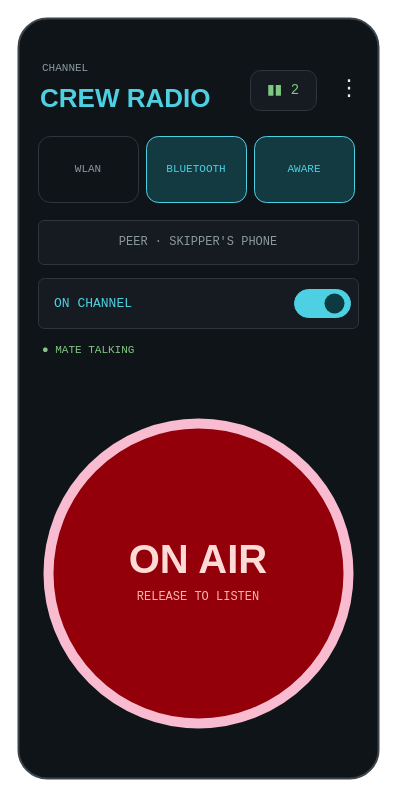
KEGustafsson/android-push-to-talk keeps this draw.io diagram as docs/diagrams/screen-on-air.drawio. Above is the earlier version. Source tidied: cells renumbered, new cells numbered last; positions are measured from the earlier drawing's top-left corner, leaving out a move shared by most shapes. Both pictures are drawn from the tidied source at 100%, with x=0, y=0 at pixel (18, 18).
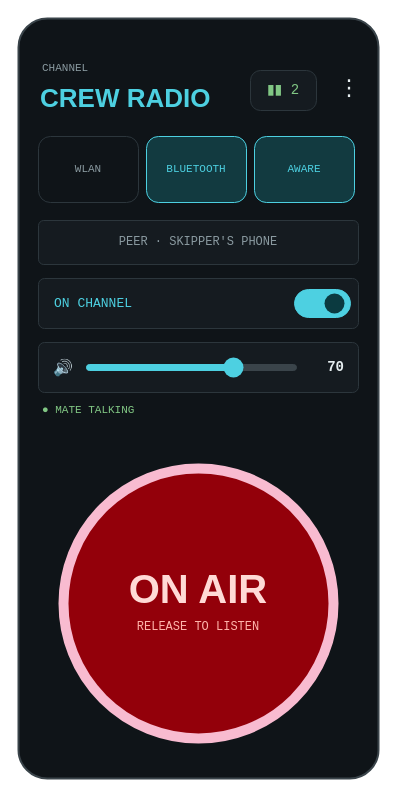
The same diagram, later.

Change to the diagram source:
```diff
@@
+    <mxCell id="19" style="rounded=1;arcSize=12;whiteSpace=wrap;html=1;fillColor=#151B20;strokeColor=#2C363C;strokeWidth=1;fontSize=12;fontColor=#E6EEF0;fontFamily=Courier New;" parent="1" vertex="1">
+      <mxGeometry x="20" y="324" width="320" height="50" as="geometry" />
+    </mxCell>
+    <mxCell id="20" value="🔊" style="text;html=1;whiteSpace=wrap;align=center;verticalAlign=middle;fontSize=16;fontColor=#E6EEF0;fontFamily=Helvetica;spacing=0;" parent="1" vertex="1">
+      <mxGeometry x="30" y="334" width="30" height="30" as="geometry" />
+    </mxCell>
+    <mxCell id="21" style="rounded=1;arcSize=50;whiteSpace=wrap;html=1;fillColor=#3A444A;strokeColor=#3A444A;strokeWidth=1;fontSize=12;fontColor=#E6EEF0;fontFamily=Courier New;" parent="1" vertex="1">
+      <mxGeometry x="68" y="346" width="210" height="6" as="geometry" />
+    </mxCell>
+    <mxCell id="22" style="rounded=1;arcSize=50;whiteSpace=wrap;html=1;fillColor=#4DD0E1;strokeColor=#4DD0E1;strokeWidth=1;fontSize=12;fontColor=#E6EEF0;fontFamily=Courier New;" parent="1" vertex="1">
+      <mxGeometry x="68" y="346" width="147" height="6" as="geometry" />
+    </mxCell>
+    <mxCell id="23" style="ellipse;whiteSpace=wrap;html=1;fillColor=#4DD0E1;strokeColor=none;" parent="1" vertex="1">
+      <mxGeometry x="205" y="339" width="20" height="20" as="geometry" />
+    </mxCell>
+    <mxCell id="24" value="70" style="text;html=1;whiteSpace=wrap;align=right;verticalAlign=middle;fontSize=14;fontColor=#E6EEF0;fontFamily=Courier New;fontStyle=1;spacing=0;" parent="1" vertex="1">
+      <mxGeometry x="286" y="336" width="40" height="26" as="geometry" />
+    </mxCell>
     <mxCell id="15" value="● MATE TALKING" style="text;html=1;whiteSpace=wrap;align=left;verticalAlign=middle;fontSize=11;fontColor=#81C784;fontFamily=Courier New;spacing=0;" parent="1" vertex="1">
-      <mxGeometry x="24" y="322" width="300" height="20" as="geometry" />
+      <mxGeometry x="24" y="382" width="300" height="20" as="geometry" />
     </mxCell>
     <mxCell id="16" style="ellipse;whiteSpace=wrap;html=1;fillColor=#93000A;strokeColor=#F8BBD0;strokeWidth=10;" parent="1" vertex="1">
-      <mxGeometry x="30" y="405" width="300" height="300" as="geometry" />
+      <mxGeometry x="45" y="450" width="270" height="270" as="geometry" />
     </mxCell>
     <mxCell id="17" value="ON AIR" style="text;html=1;whiteSpace=wrap;align=center;verticalAlign=middle;fontSize=40;fontColor=#FFDAD6;fontFamily=Helvetica;fontStyle=1;spacing=0;" parent="1" vertex="1">
-      <mxGeometry x="30" y="515" width="300" height="50" as="geometry" />
+      <mxGeometry x="45" y="545" width="270" height="50" as="geometry" />
     </mxCell>
     <mxCell id="18" value="RELEASE TO LISTEN" style="text;html=1;whiteSpace=wrap;align=center;verticalAlign=middle;fontSize=12;fontColor=#FFB4AB;fontFamily=Courier New;spacing=0;" parent="1" vertex="1">
-      <mxGeometry x="30" y="567" width="300" height="24" as="geometry" />
+      <mxGeometry x="45" y="597" width="270" height="24" as="geometry" />
     </mxCell>
```
